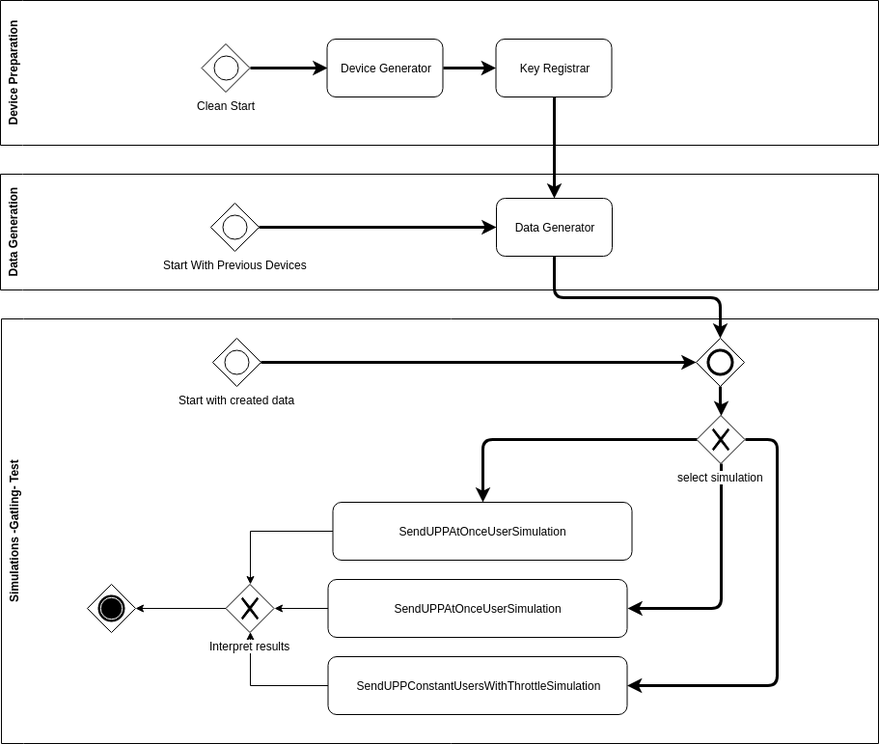
The draw.io diagram images/load-tests-wf.png in ubirch/load-tests-sim, before a commit. Source tidied: cells renumbered, new cells last; positions are measured from the earlier drawing's top-left corner, leaving out a move shared by most shapes.
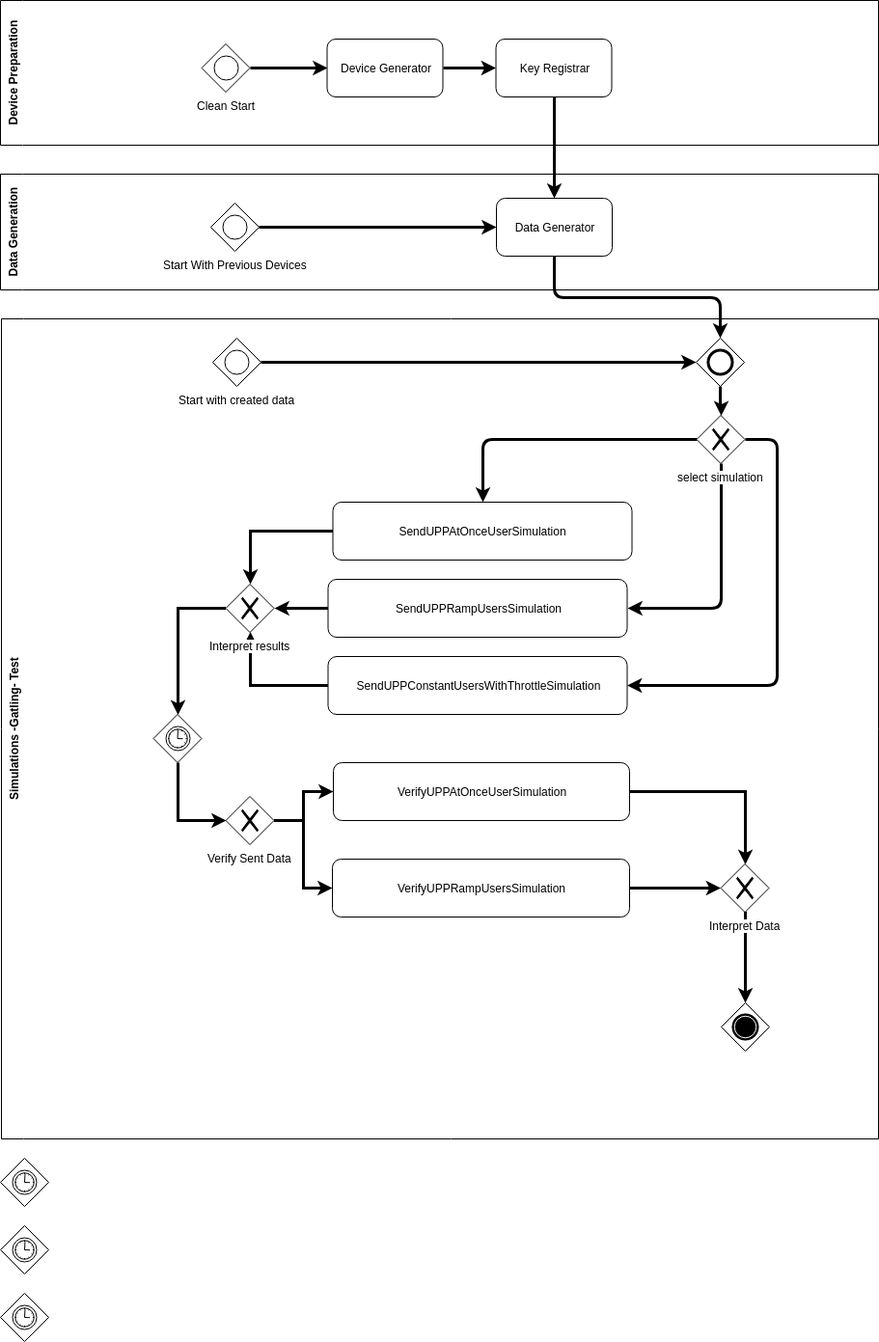
The same diagram one commit later.

The edit, as a diff of the source:
```diff
@@ -36,9 +36,9 @@
       <mxGeometry x="218" y="30" width="50" height="50" as="geometry" />
     </mxCell>
     <mxCell id="13" value="Simulations -Gatling- Test" style="swimlane;html=1;horizontal=0;swimlaneLine=0;startSize=23;" parent="1" vertex="1">
-      <mxGeometry x="1" y="330" width="909" height="440" as="geometry" />
+      <mxGeometry x="1" y="330" width="909" height="850" as="geometry" />
     </mxCell>
-    <mxCell id="14" style="edgeStyle=orthogonalEdgeStyle;rounded=0;jettySize=auto;html=1;exitX=0;exitY=0.5;exitDx=0;exitDy=0;entryX=0.5;entryY=0;entryDx=0;entryDy=0;" parent="13" edge="1" source="15" target="29">
+    <mxCell id="14" style="edgeStyle=orthogonalEdgeStyle;rounded=0;jettySize=auto;html=1;exitX=0;exitY=0.5;exitDx=0;exitDy=0;entryX=0.5;entryY=0;entryDx=0;entryDy=0;strokeWidth=3;" parent="13" edge="1" source="15" target="29">
       <mxGeometry relative="1" as="geometry" />
     </mxCell>
     <mxCell id="15" value="SendUPPAtOnceUserSimulation" style="rounded=1;whiteSpace=wrap;html=1;" parent="13" vertex="1">
@@ -61,13 +61,13 @@
     <mxCell id="19" value="select simulation" style="shape=mxgraph.bpmn.shape;html=1;verticalLabelPosition=bottom;labelBackgroundColor=#ffffff;verticalAlign=top;align=center;perimeter=rhombusPerimeter;background=gateway;outlineConnect=0;outline=none;symbol=exclusiveGw;" parent="13" vertex="1">
       <mxGeometry x="720.5" y="100" width="50" height="50" as="geometry" />
     </mxCell>
-    <mxCell id="20" style="edgeStyle=orthogonalEdgeStyle;rounded=0;jettySize=auto;html=1;exitX=0;exitY=0.5;exitDx=0;exitDy=0;entryX=1;entryY=0.5;entryDx=0;entryDy=0;" parent="13" edge="1" source="21" target="29">
+    <mxCell id="20" style="edgeStyle=orthogonalEdgeStyle;rounded=0;jettySize=auto;html=1;exitX=0;exitY=0.5;exitDx=0;exitDy=0;entryX=1;entryY=0.5;entryDx=0;entryDy=0;strokeWidth=3;" parent="13" edge="1" source="21" target="29">
       <mxGeometry relative="1" as="geometry" />
     </mxCell>
-    <mxCell id="21" value="SendUPPAtOnceUserSimulation" style="rounded=1;whiteSpace=wrap;html=1;" parent="13" vertex="1">
+    <mxCell id="21" value="SendUPPRampUsersSimulation" style="rounded=1;whiteSpace=wrap;html=1;" parent="13" vertex="1">
       <mxGeometry x="338.5" y="270" width="310" height="60" as="geometry" />
     </mxCell>
-    <mxCell id="22" style="edgeStyle=orthogonalEdgeStyle;rounded=0;jettySize=auto;html=1;" parent="13" edge="1" source="23" target="29">
+    <mxCell id="22" style="edgeStyle=orthogonalEdgeStyle;rounded=0;jettySize=auto;html=1;strokeWidth=3;" parent="13" edge="1" source="23" target="29">
       <mxGeometry relative="1" as="geometry" />
     </mxCell>
     <mxCell id="23" value="SendUPPConstantUsersWithThrottleSimulation" style="rounded=1;whiteSpace=wrap;html=1;" parent="13" vertex="1">
@@ -85,17 +85,59 @@
     <mxCell id="27" style="shape=mxgraph.bpmn.shape;html=1;verticalLabelPosition=bottom;labelBackgroundColor=#ffffff;verticalAlign=top;align=center;perimeter=rhombusPerimeter;background=gateway;outlineConnect=0;outline=end;symbol=general;" parent="13" vertex="1">
       <mxGeometry x="720" y="20" width="50" height="50" as="geometry" />
     </mxCell>
-    <mxCell id="28" style="edgeStyle=orthogonalEdgeStyle;rounded=0;jettySize=auto;html=1;entryX=1;entryY=0.5;entryDx=0;entryDy=0;" parent="13" edge="1" source="29" target="30">
-      <mxGeometry relative="1" as="geometry" />
-    </mxCell>
+    <mxCell id="32" style="edgeStyle=orthogonalEdgeStyle;rounded=0;jettySize=auto;html=1;strokeWidth=3;" parent="13" edge="1" source="29" target="42">
+      <mxGeometry relative="1" as="geometry" />
+    </mxCell>
     <mxCell id="29" value="Interpret results" style="shape=mxgraph.bpmn.shape;html=1;verticalLabelPosition=bottom;labelBackgroundColor=#ffffff;verticalAlign=top;align=center;perimeter=rhombusPerimeter;background=gateway;outlineConnect=0;outline=none;symbol=exclusiveGw;" parent="13" vertex="1">
       <mxGeometry x="232.5" y="275" width="50" height="50" as="geometry" />
     </mxCell>
-    <mxCell id="30" style="shape=mxgraph.bpmn.shape;html=1;verticalLabelPosition=bottom;labelBackgroundColor=#ffffff;verticalAlign=top;align=center;perimeter=rhombusPerimeter;background=gateway;outlineConnect=0;outline=end;symbol=terminate;" parent="13" vertex="1">
-      <mxGeometry x="89" y="275" width="50" height="50" as="geometry" />
-    </mxCell>
+    <mxCell id="33" style="edgeStyle=orthogonalEdgeStyle;rounded=0;jettySize=auto;html=1;exitX=1;exitY=0.5;exitDx=0;exitDy=0;strokeWidth=3;" parent="13" edge="1" source="34" target="44">
+      <mxGeometry relative="1" as="geometry" />
+    </mxCell>
+    <mxCell id="34" value="VerifyUPPAtOnceUserSimulation" style="rounded=1;whiteSpace=wrap;html=1;" parent="13" vertex="1">
+      <mxGeometry x="344" y="460" width="307" height="60" as="geometry" />
+    </mxCell>
+    <mxCell id="35" style="edgeStyle=orthogonalEdgeStyle;rounded=0;jettySize=auto;html=1;exitX=1;exitY=0.5;exitDx=0;exitDy=0;strokeWidth=3;" parent="13" edge="1" source="36" target="44">
+      <mxGeometry relative="1" as="geometry" />
+    </mxCell>
+    <mxCell id="36" value="VerifyUPPRampUsersSimulation" style="rounded=1;whiteSpace=wrap;html=1;" parent="13" vertex="1">
+      <mxGeometry x="343" y="560" width="308" height="60" as="geometry" />
+    </mxCell>
+    <mxCell id="37" style="edgeStyle=orthogonalEdgeStyle;rounded=0;jettySize=auto;html=1;entryX=0;entryY=0.5;entryDx=0;entryDy=0;exitX=1;exitY=0.5;exitDx=0;exitDy=0;strokeWidth=3;" parent="13" edge="1" source="39" target="34">
+      <mxGeometry relative="1" as="geometry" />
+    </mxCell>
+    <mxCell id="38" style="edgeStyle=orthogonalEdgeStyle;rounded=0;jettySize=auto;html=1;entryX=0;entryY=0.5;entryDx=0;entryDy=0;strokeWidth=3;" parent="13" edge="1" source="39" target="36">
+      <mxGeometry relative="1" as="geometry" />
+    </mxCell>
+    <mxCell id="39" value="Verify Sent Data&lt;br&gt;" style="shape=mxgraph.bpmn.shape;html=1;verticalLabelPosition=bottom;labelBackgroundColor=#ffffff;verticalAlign=top;align=center;perimeter=rhombusPerimeter;background=gateway;outlineConnect=0;outline=none;symbol=exclusiveGw;" parent="13" vertex="1">
+      <mxGeometry x="232.5" y="495" width="50" height="50" as="geometry" />
+    </mxCell>
+    <mxCell id="40" style="shape=mxgraph.bpmn.shape;html=1;verticalLabelPosition=bottom;labelBackgroundColor=#ffffff;verticalAlign=top;align=center;perimeter=rhombusPerimeter;background=gateway;outlineConnect=0;outline=end;symbol=terminate;" parent="13" vertex="1">
+      <mxGeometry x="746" y="709" width="50" height="50" as="geometry" />
+    </mxCell>
+    <mxCell id="41" style="edgeStyle=orthogonalEdgeStyle;rounded=0;jettySize=auto;html=1;entryX=0;entryY=0.5;entryDx=0;entryDy=0;strokeWidth=3;exitX=0.5;exitY=1;exitDx=0;exitDy=0;" parent="13" edge="1" source="42" target="39">
+      <mxGeometry relative="1" as="geometry" />
+    </mxCell>
+    <mxCell id="42" style="shape=mxgraph.bpmn.shape;html=1;verticalLabelPosition=bottom;labelBackgroundColor=#ffffff;verticalAlign=top;align=center;perimeter=rhombusPerimeter;background=gateway;outlineConnect=0;outline=standard;symbol=timer;" parent="13" vertex="1">
+      <mxGeometry x="157.5" y="410" width="50" height="50" as="geometry" />
+    </mxCell>
+    <mxCell id="43" style="edgeStyle=orthogonalEdgeStyle;rounded=0;jettySize=auto;html=1;entryX=0.5;entryY=0;entryDx=0;entryDy=0;strokeWidth=3;" parent="13" edge="1" source="44" target="40">
+      <mxGeometry relative="1" as="geometry" />
+    </mxCell>
+    <mxCell id="44" value="Interpret Data" style="shape=mxgraph.bpmn.shape;html=1;verticalLabelPosition=bottom;labelBackgroundColor=#ffffff;verticalAlign=top;align=center;perimeter=rhombusPerimeter;background=gateway;outlineConnect=0;outline=none;symbol=exclusiveGw;" parent="13" vertex="1">
+      <mxGeometry x="745.5" y="565" width="50" height="50" as="geometry" />
+    </mxCell>
     <mxCell id="31" style="edgeStyle=orthogonalEdgeStyle;rounded=1;jettySize=auto;html=1;exitX=0.5;exitY=1;exitDx=0;exitDy=0;strokeWidth=3;entryX=0.5;entryY=0;entryDx=0;entryDy=0;" parent="1" edge="1" source="10" target="27">
       <mxGeometry relative="1" as="geometry" />
     </mxCell>
+    <mxCell id="45" style="shape=mxgraph.bpmn.shape;html=1;verticalLabelPosition=bottom;labelBackgroundColor=#ffffff;verticalAlign=top;align=center;perimeter=rhombusPerimeter;background=gateway;outline=eventInt;symbol=timer;" parent="1" vertex="1">
+      <mxGeometry y="1200" width="50" height="50" as="geometry" />
+    </mxCell>
+    <mxCell id="46" style="shape=mxgraph.bpmn.shape;html=1;verticalLabelPosition=bottom;labelBackgroundColor=#ffffff;verticalAlign=top;align=center;perimeter=rhombusPerimeter;background=gateway;outline=eventInt;symbol=timer;" parent="1" vertex="1">
+      <mxGeometry y="1270" width="50" height="50" as="geometry" />
+    </mxCell>
+    <mxCell id="47" style="shape=mxgraph.bpmn.shape;html=1;verticalLabelPosition=bottom;labelBackgroundColor=#ffffff;verticalAlign=top;align=center;perimeter=rhombusPerimeter;background=gateway;outline=eventInt;symbol=timer;" parent="1" vertex="1">
+      <mxGeometry y="1340" width="50" height="50" as="geometry" />
+    </mxCell>
   </root>
 </mxGraphModel>
```
